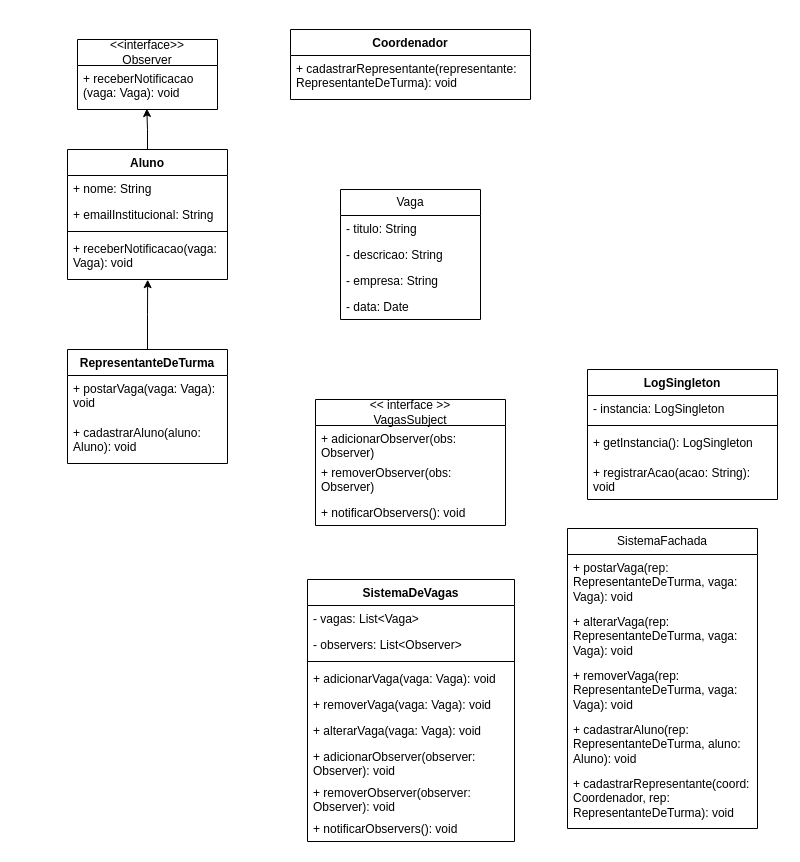
Above: atividadeDiagram.drawio in emilieny/padroes-de-projeto (draw.io), before the change. Source tidied: cells renumbered, new cells numbered last; positions are measured from the earlier drawing's top-left corner, leaving out a move shared by most shapes. Both pictures are drawn from the tidied source at 100%, with x=0, y=0 at pixel (67, 29).
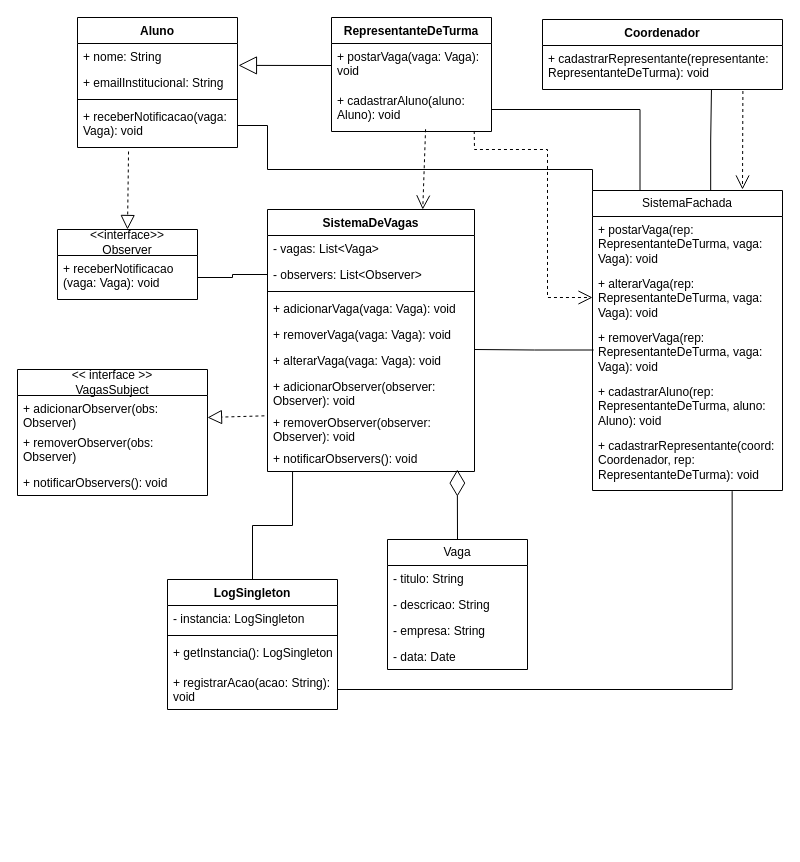
The same diagram, later.

Unchanged cells that the change refers to:
```xml
<mxCell id="4" value="+ nome: String" style="text;strokeColor=none;fillColor=none;align=left;verticalAlign=top;spacingLeft=4;spacingRight=4;overflow=hidden;points=[[0,0.5],[1,0.5]];portConstraint=eastwest;whiteSpace=wrap;html=1;" parent="3" vertex="1">
  <mxGeometry y="26" width="160" height="26" as="geometry" />
</mxCell>
<mxCell id="7" value="+ receberNotificacao(vaga: Vaga): void" style="text;strokeColor=none;fillColor=none;align=left;verticalAlign=top;spacingLeft=4;spacingRight=4;overflow=hidden;points=[[0,0.5],[1,0.5]];portConstraint=eastwest;whiteSpace=wrap;html=1;" parent="3" vertex="1">
  <mxGeometry y="86" width="160" height="44" as="geometry" />
</mxCell>
<mxCell id="9" value="+ postarVaga(vaga: Vaga): void" style="text;strokeColor=none;fillColor=none;align=left;verticalAlign=top;spacingLeft=4;spacingRight=4;overflow=hidden;points=[[0,0.5],[1,0.5]];portConstraint=eastwest;whiteSpace=wrap;html=1;" parent="8" vertex="1">
  <mxGeometry y="26" width="160" height="44" as="geometry" />
</mxCell>
<mxCell id="10" value="+ cadastrarAluno(aluno: Aluno): void" style="text;strokeColor=none;fillColor=none;align=left;verticalAlign=top;spacingLeft=4;spacingRight=4;overflow=hidden;points=[[0,0.5],[1,0.5]];portConstraint=eastwest;whiteSpace=wrap;html=1;" parent="8" vertex="1">
  <mxGeometry y="70" width="160" height="44" as="geometry" />
</mxCell>
<mxCell id="13" value="+ cadastrarRepresentante(representante: RepresentanteDeTurma): void" style="text;strokeColor=none;fillColor=none;align=left;verticalAlign=top;spacingLeft=4;spacingRight=4;overflow=hidden;points=[[0,0.5],[1,0.5]];portConstraint=eastwest;whiteSpace=wrap;html=1;" parent="12" vertex="1">
  <mxGeometry y="26" width="240" height="44" as="geometry" />
</mxCell>
<mxCell id="21" value="- observers: List&amp;lt;Observer&amp;gt;" style="text;strokeColor=none;fillColor=none;align=left;verticalAlign=top;spacingLeft=4;spacingRight=4;overflow=hidden;points=[[0,0.5],[1,0.5]];portConstraint=eastwest;whiteSpace=wrap;html=1;" parent="19" vertex="1">
  <mxGeometry y="52" width="207" height="26" as="geometry" />
</mxCell>
<mxCell id="27" value="+ removerObserver(observer: Observer): void" style="text;strokeColor=none;fillColor=none;align=left;verticalAlign=top;spacingLeft=4;spacingRight=4;overflow=hidden;points=[[0,0.5],[1,0.5]];portConstraint=eastwest;whiteSpace=wrap;html=1;" parent="19" vertex="1">
  <mxGeometry y="200" width="207" height="36" as="geometry" />
</mxCell>
<mxCell id="28" value="+ notificarObservers(): void" style="text;strokeColor=none;fillColor=none;align=left;verticalAlign=top;spacingLeft=4;spacingRight=4;overflow=hidden;points=[[0,0.5],[1,0.5]];portConstraint=eastwest;whiteSpace=wrap;html=1;" parent="19" vertex="1">
  <mxGeometry y="236" width="207" height="26" as="geometry" />
</mxCell>
<mxCell id="30" value="+ adicionarObserver(obs: Observer)" style="text;strokeColor=none;fillColor=none;align=left;verticalAlign=top;spacingLeft=4;spacingRight=4;overflow=hidden;points=[[0,0.5],[1,0.5]];portConstraint=eastwest;whiteSpace=wrap;html=1;" parent="29" vertex="1">
  <mxGeometry y="26" width="190" height="34" as="geometry" />
</mxCell>
<mxCell id="34" value="+ receberNotificacao&lt;div&gt;(vaga: Vaga): void&lt;/div&gt;" style="text;strokeColor=none;fillColor=none;align=left;verticalAlign=top;spacingLeft=4;spacingRight=4;overflow=hidden;points=[[0,0.5],[1,0.5]];portConstraint=eastwest;whiteSpace=wrap;html=1;" parent="33" vertex="1">
  <mxGeometry y="26" width="140" height="44" as="geometry" />
</mxCell>
<mxCell id="42" value="+ alterarVaga(rep: RepresentanteDeTurma, vaga: Vaga): void" style="text;strokeColor=none;fillColor=none;align=left;verticalAlign=top;spacingLeft=4;spacingRight=4;overflow=hidden;points=[[0,0.5],[1,0.5]];portConstraint=eastwest;whiteSpace=wrap;html=1;" parent="40" vertex="1">
  <mxGeometry y="80" width="190" height="54" as="geometry" />
</mxCell>
<mxCell id="45" value="+ cadastrarRepresentante(coord: Coordenador, rep: RepresentanteDeTurma): void" style="text;strokeColor=none;fillColor=none;align=left;verticalAlign=top;spacingLeft=4;spacingRight=4;overflow=hidden;points=[[0,0.5],[1,0.5]];portConstraint=eastwest;whiteSpace=wrap;html=1;" parent="40" vertex="1">
  <mxGeometry y="242" width="190" height="58" as="geometry" />
</mxCell>
```

The edit, as a diff of the source:
```diff
@@
-    <mxCell id="2" style="edgeStyle=orthogonalEdgeStyle;rounded=0;jettySize=auto;html=1;entryX=0.495;entryY=0.978;entryDx=0;entryDy=0;entryPerimeter=0;" parent="1" edge="1" source="3" target="34">
-      <mxGeometry relative="1" as="geometry" />
-    </mxCell>
     <mxCell id="3" value="Aluno" style="swimlane;fontStyle=1;align=center;verticalAlign=top;horizontal=1;startSize=26;whiteSpace=wrap;html=1;" parent="1" vertex="1">
-      <mxGeometry y="120" width="160" height="130" as="geometry" />
+      <mxGeometry x="10" y="-12" width="160" height="130" as="geometry" />
     </mxCell>
@@
     <mxCell id="8" value="RepresentanteDeTurma" style="swimlane;fontStyle=1;align=center;verticalAlign=top;horizontal=1;startSize=26;whiteSpace=wrap;html=1;" parent="1" vertex="1">
-      <mxGeometry y="320" width="160" height="114" as="geometry" />
+      <mxGeometry x="264" y="-12" width="160" height="114" as="geometry" />
     </mxCell>
@@
-    <mxCell id="11" style="edgeStyle=orthogonalEdgeStyle;rounded=0;jettySize=auto;html=1;entryX=0.501;entryY=1.005;entryDx=0;entryDy=0;entryPerimeter=0;exitX=0.5;exitY=0;exitDx=0;exitDy=0;" parent="1" edge="1" source="8" target="7">
-      <mxGeometry relative="1" as="geometry" />
-    </mxCell>
     <mxCell id="12" value="Coordenador" style="swimlane;fontStyle=1;align=center;verticalAlign=top;horizontal=1;startSize=26;whiteSpace=wrap;html=1;" parent="1" vertex="1">
-      <mxGeometry x="223" width="240" height="70" as="geometry" />
+      <mxGeometry x="475" y="-10" width="240" height="70" as="geometry" />
     </mxCell>
@@
     <mxCell id="14" value="Vaga" style="swimlane;fontStyle=0;horizontal=1;startSize=26;fillColor=none;whiteSpace=wrap;html=1;" parent="1" vertex="1">
-      <mxGeometry x="273" y="160" width="140" height="130" as="geometry" />
+      <mxGeometry x="320" y="510" width="140" height="130" as="geometry" />
     </mxCell>
@@
     <mxCell id="19" value="SistemaDeVagas" style="swimlane;fontStyle=1;align=center;verticalAlign=top;horizontal=1;startSize=26;whiteSpace=wrap;html=1;" parent="1" vertex="1">
-      <mxGeometry x="240" y="550" width="207" height="262" as="geometry" />
+      <mxGeometry x="200" y="180" width="207" height="262" as="geometry" />
     </mxCell>
@@
     <mxCell id="29" value="&amp;lt;&amp;lt; interface &amp;gt;&amp;gt;&lt;div&gt;VagasSubject&lt;/div&gt;" style="swimlane;fontStyle=0;horizontal=1;startSize=26;fillColor=none;whiteSpace=wrap;html=1;" parent="1" vertex="1">
-      <mxGeometry x="248" y="370" width="190" height="126" as="geometry" />
+      <mxGeometry x="-50" y="340" width="190" height="126" as="geometry" />
     </mxCell>
@@
     <mxCell id="33" value="&amp;lt;&amp;lt;interface&amp;gt;&amp;gt;&lt;div&gt;Observer&lt;/div&gt;" style="swimlane;fontStyle=0;horizontal=1;startSize=26;fillColor=none;whiteSpace=wrap;html=1;" parent="1" vertex="1">
-      <mxGeometry x="10" y="10" width="140" height="70" as="geometry" />
+      <mxGeometry x="-10" y="200" width="140" height="70" as="geometry" />
     </mxCell>
@@
     <mxCell id="35" value="LogSingleton" style="swimlane;fontStyle=1;align=center;verticalAlign=top;horizontal=1;startSize=26;whiteSpace=wrap;html=1;" parent="1" vertex="1">
-      <mxGeometry x="520" y="340" width="190" height="130" as="geometry" />
+      <mxGeometry x="100" y="550" width="170" height="130" as="geometry" />
     </mxCell>
     <mxCell id="36" value="- instancia: LogSingleton" style="text;strokeColor=none;fillColor=none;align=left;verticalAlign=top;spacingLeft=4;spacingRight=4;overflow=hidden;whiteSpace=wrap;html=1;" parent="35" vertex="1">
-      <mxGeometry y="26" width="190" height="26" as="geometry" />
+      <mxGeometry y="26" width="170" height="26" as="geometry" />
     </mxCell>
     <mxCell id="37" style="line;strokeWidth=1;fillColor=none;align=left;verticalAlign=middle;spacingTop=-1;spacingLeft=3;spacingRight=3;labelPosition=right;strokeColor=inherit;" parent="35" vertex="1">
-      <mxGeometry y="52" width="190" height="8" as="geometry" />
+      <mxGeometry y="52" width="170" height="8" as="geometry" />
     </mxCell>
     <mxCell id="38" value="+ getInstancia(): LogSingleton" style="text;strokeColor=none;fillColor=none;align=left;verticalAlign=top;spacingLeft=4;spacingRight=4;overflow=hidden;whiteSpace=wrap;html=1;" parent="35" vertex="1">
-      <mxGeometry y="60" width="190" height="30" as="geometry" />
+      <mxGeometry y="60" width="170" height="30" as="geometry" />
     </mxCell>
     <mxCell id="39" value="+ registrarAcao(acao: String): void" style="text;strokeColor=none;fillColor=none;align=left;verticalAlign=top;spacingLeft=4;spacingRight=4;overflow=hidden;points=[[0,0.5],[1,0.5]];portConstraint=eastwest;whiteSpace=wrap;html=1;" parent="35" vertex="1">
-      <mxGeometry y="90" width="190" height="40" as="geometry" />
+      <mxGeometry y="90" width="170" height="40" as="geometry" />
     </mxCell>
     <mxCell id="40" value="SistemaFachada" style="swimlane;fontStyle=0;horizontal=1;startSize=26;fillColor=none;whiteSpace=wrap;html=1;" parent="1" vertex="1">
-      <mxGeometry x="500" y="499" width="190" height="300" as="geometry" />
+      <mxGeometry x="525" y="161" width="190" height="300" as="geometry" />
     </mxCell>
@@
+    <mxCell id="46" style="endArrow=block;dashed=1;endFill=0;endSize=12;html=1;rounded=0;exitX=0.319;exitY=1.091;exitDx=0;exitDy=0;exitPerimeter=0;entryX=0.5;entryY=0;entryDx=0;entryDy=0;" parent="1" edge="1" source="7" target="33">
+      <mxGeometry relative="1" as="geometry" />
+    </mxCell>
+    <mxCell id="47" style="endArrow=block;endFill=0;endSize=12;html=1;rounded=0;entryX=1;entryY=0.647;entryDx=0;entryDy=0;exitX=-0.015;exitY=0.176;exitDx=0;exitDy=0;entryPerimeter=0;dashed=1;exitPerimeter=0;" parent="1" edge="1" source="27" target="30">
+      <mxGeometry relative="1" as="geometry" />
+    </mxCell>
+    <mxCell id="48" style="endArrow=open;endSize=12;dashed=1;html=1;rounded=0;entryX=0.75;entryY=0;entryDx=0;entryDy=0;exitX=0.588;exitY=0.949;exitDx=0;exitDy=0;exitPerimeter=0;" parent="1" edge="1" source="10" target="19">
+      <mxGeometry relative="1" as="geometry" />
+    </mxCell>
+    <mxCell id="49" style="endArrow=open;endSize=12;dashed=1;html=1;rounded=0;exitX=0.835;exitY=1.034;exitDx=0;exitDy=0;exitPerimeter=0;" parent="1" edge="1" source="13">
+      <mxGeometry relative="1" as="geometry">
+        <mxPoint x="675" y="160" as="targetPoint" />
+      </mxGeometry>
+    </mxCell>
+    <mxCell id="50" style="endArrow=open;endSize=12;dashed=1;html=1;rounded=0;entryX=0;entryY=0.5;entryDx=0;entryDy=0;exitX=0.892;exitY=0.988;exitDx=0;exitDy=0;exitPerimeter=0;" parent="1" edge="1" source="10" target="42">
+      <mxGeometry relative="1" as="geometry">
+        <Array as="points">
+          <mxPoint x="407" y="120" />
+          <mxPoint x="480" y="120" />
+          <mxPoint x="480" y="268" />
+        </Array>
+      </mxGeometry>
+    </mxCell>
+    <mxCell id="51" style="endArrow=diamondThin;endFill=0;endSize=24;html=1;rounded=0;entryX=0.917;entryY=0.927;entryDx=0;entryDy=0;entryPerimeter=0;exitX=0.5;exitY=0;exitDx=0;exitDy=0;" parent="1" edge="1" source="14" target="28">
+      <mxGeometry relative="1" as="geometry" />
+    </mxCell>
+    <mxCell id="52" style="endArrow=block;endSize=16;endFill=0;html=1;rounded=0;exitX=0;exitY=0.5;exitDx=0;exitDy=0;entryX=1.006;entryY=0.842;entryDx=0;entryDy=0;entryPerimeter=0;" parent="1" edge="1" source="9" target="4">
+      <mxGeometry relative="1" as="geometry" />
+    </mxCell>
+    <mxCell id="53" style="endArrow=none;html=1;edgeStyle=orthogonalEdgeStyle;rounded=0;exitX=1;exitY=0.5;exitDx=0;exitDy=0;entryX=0;entryY=0.5;entryDx=0;entryDy=0;" parent="1" edge="1" source="34" target="21">
+      <mxGeometry relative="1" as="geometry" />
+    </mxCell>
+    <mxCell id="54" style="endArrow=none;html=1;edgeStyle=orthogonalEdgeStyle;rounded=0;exitX=1;exitY=0.5;exitDx=0;exitDy=0;entryX=0.006;entryY=0.601;entryDx=0;entryDy=0;entryPerimeter=0;" parent="1" edge="1">
+      <mxGeometry relative="1" as="geometry">
+        <mxPoint x="407" y="320" as="sourcePoint" />
+        <mxPoint x="526.1" y="320.5" as="targetPoint" />
+      </mxGeometry>
+    </mxCell>
+    <mxCell id="55" style="endArrow=none;html=1;edgeStyle=orthogonalEdgeStyle;rounded=0;exitX=1;exitY=0.5;exitDx=0;exitDy=0;entryX=0.735;entryY=1.011;entryDx=0;entryDy=0;entryPerimeter=0;" parent="1" edge="1" source="39" target="45">
+      <mxGeometry relative="1" as="geometry" />
+    </mxCell>
+    <mxCell id="56" style="endArrow=none;html=1;edgeStyle=orthogonalEdgeStyle;rounded=0;exitX=0.622;exitY=0;exitDx=0;exitDy=0;entryX=0.704;entryY=1.004;entryDx=0;entryDy=0;entryPerimeter=0;exitPerimeter=0;" parent="1" edge="1" source="40" target="13">
+      <mxGeometry relative="1" as="geometry" />
+    </mxCell>
+    <mxCell id="57" style="endArrow=none;html=1;edgeStyle=orthogonalEdgeStyle;rounded=0;exitX=1;exitY=0.5;exitDx=0;exitDy=0;entryX=0.25;entryY=0;entryDx=0;entryDy=0;" parent="1" edge="1" source="10" target="40">
+      <mxGeometry relative="1" as="geometry" />
+    </mxCell>
+    <mxCell id="58" style="endArrow=none;html=1;edgeStyle=orthogonalEdgeStyle;rounded=0;exitX=1;exitY=0.5;exitDx=0;exitDy=0;entryX=0;entryY=0;entryDx=0;entryDy=0;" parent="1" edge="1" source="7" target="40">
+      <mxGeometry relative="1" as="geometry">
+        <Array as="points">
+          <mxPoint x="200" y="96" />
+          <mxPoint x="200" y="140" />
+          <mxPoint x="525" y="140" />
+        </Array>
+      </mxGeometry>
+    </mxCell>
+    <mxCell id="59" style="endArrow=none;html=1;edgeStyle=orthogonalEdgeStyle;rounded=0;exitX=0.5;exitY=0;exitDx=0;exitDy=0;entryX=0.121;entryY=1.01;entryDx=0;entryDy=0;entryPerimeter=0;" parent="1" edge="1" source="35" target="28">
+      <mxGeometry relative="1" as="geometry" />
+    </mxCell>
```
